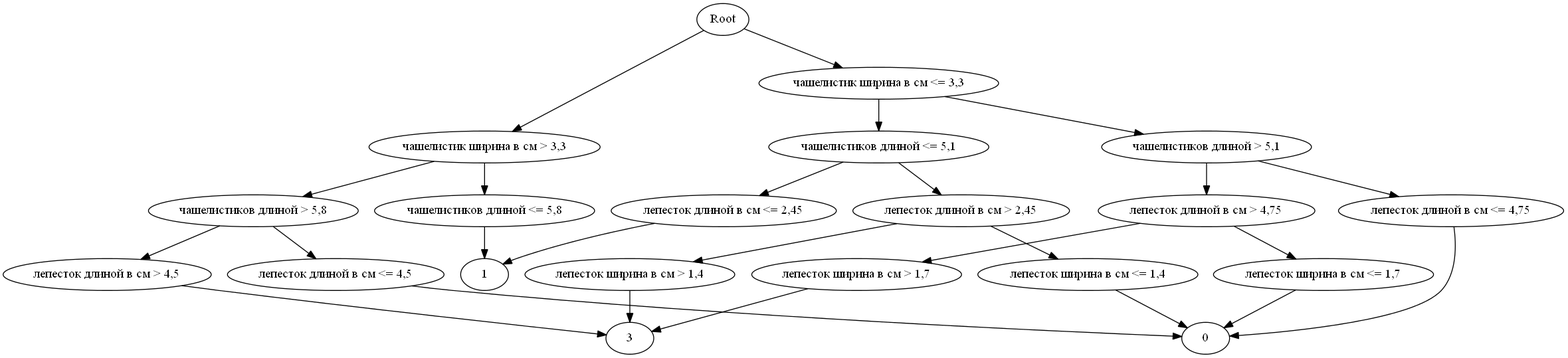
Above: DecisionTrees/bin/Debug/Resources/recursion.png in geper/Decision_tree (Graphviz), before the change. Its source is kept beside it as DecisionTrees/bin/Debug/Resources/recursion.gv.
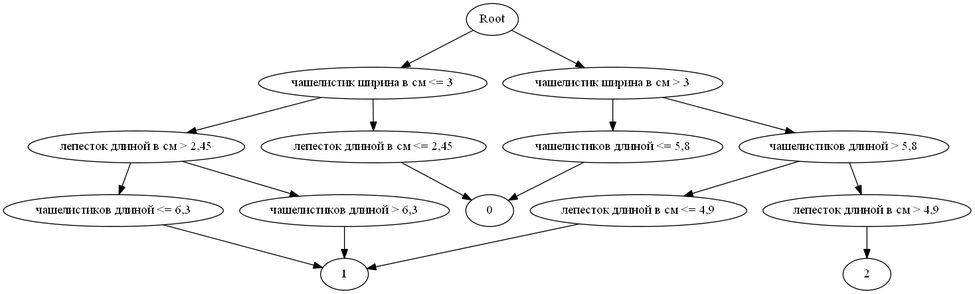
Later version of the same file.

Change to the diagram source:
```diff
@@ -1,81 +1,51 @@
 digraph G {
 "Root"
 ->
-"чашелистик ширина в см <= 3,3"
-->
-"чашелистиков длиной <= 5,1"
+"чашелистик ширина в см <= 3"
 ->
 "лепесток длиной в см <= 2,45"
 ->
-"1"
+"0"
 ;
-"чашелистиков длиной <= 5,1"
+"чашелистик ширина в см <= 3"
 ->
 "лепесток длиной в см > 2,45"
 ->
-"лепесток ширина в см <= 1,4"
+"чашелистиков длиной <= 6,3"
+->
+"1"
+;
+"лепесток длиной в см > 2,45"
+->
+"чашелистиков длиной > 6,3"
+->
+"1"
+;
+"чашелистик ширина в см <= 3"
+;
+"Root"
+->
+"чашелистик ширина в см > 3"
+->
+"чашелистиков длиной <= 5,8"
 ->
 "0"
 ;
-"лепесток длиной в см > 2,45"
+"чашелистик ширина в см > 3"
 ->
-"лепесток ширина в см > 1,4"
+"чашелистиков длиной > 5,8"
 ->
-"3"
-;
-"чашелистиков длиной <= 5,1"
-;
-"чашелистик ширина в см <= 3,3"
-;
-"чашелистик ширина в см <= 3,3"
-->
-"чашелистиков длиной > 5,1"
-->
-"лепесток длиной в см <= 4,75"
-->
-"0"
-;
-"чашелистиков длиной > 5,1"
-->
-"лепесток длиной в см > 4,75"
-->
-"лепесток ширина в см <= 1,7"
-->
-"0"
-;
-"лепесток длиной в см > 4,75"
-->
-"лепесток ширина в см > 1,7"
-->
-"3"
-;
-"чашелистиков длиной > 5,1"
-;
-"чашелистик ширина в см <= 3,3"
-;
-"Root"
-->
-"чашелистик ширина в см > 3,3"
-->
-"чашелистиков длиной <= 5,8"
+"лепесток длиной в см <= 4,9"
 ->
 "1"
 ;
-"чашелистик ширина в см > 3,3"
-->
 "чашелистиков длиной > 5,8"
 ->
-"лепесток длиной в см <= 4,5"
+"лепесток длиной в см > 4,9"
 ->
-"0"
+"2"
 ;
-"чашелистиков длиной > 5,8"
-->
-"лепесток длиной в см > 4,5"
-->
-"3"
-;
-"чашелистик ширина в см > 3,3"
+"чашелистик ширина в см > 3"
 ;
 "Root"
 ;
```
